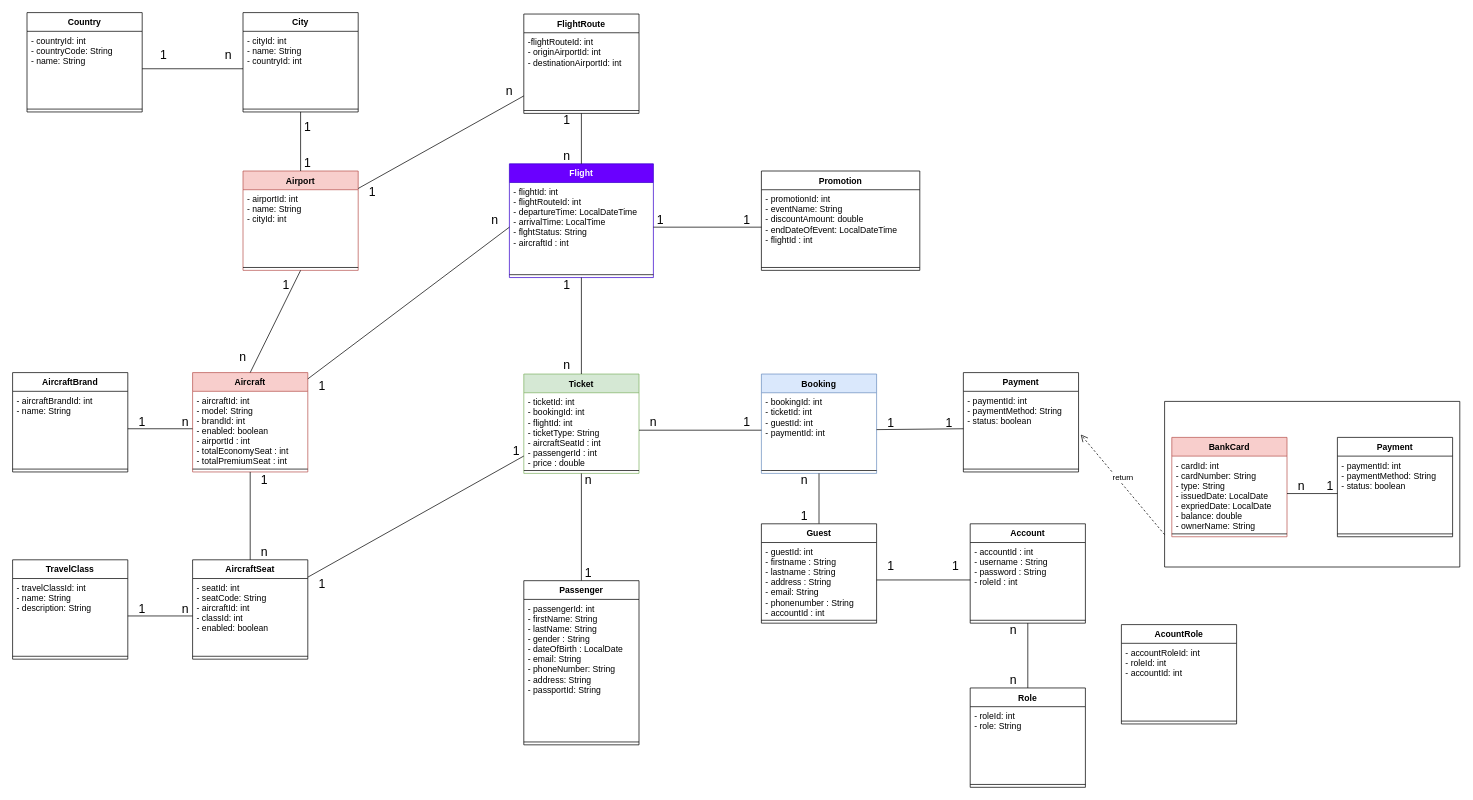
Before: page "Page-3" (3 of 4) of Design (1).drawio in Minh-Huy-FlightBooking/flightbookingsystem, a draw.io diagram. Source tidied: cells renumbered, new cells numbered last; positions are measured from the earlier drawing's top-left corner, leaving out a move shared by most shapes. Both pictures are drawn from the tidied source at 72%, with x=0, y=0 at pixel (12, 12).
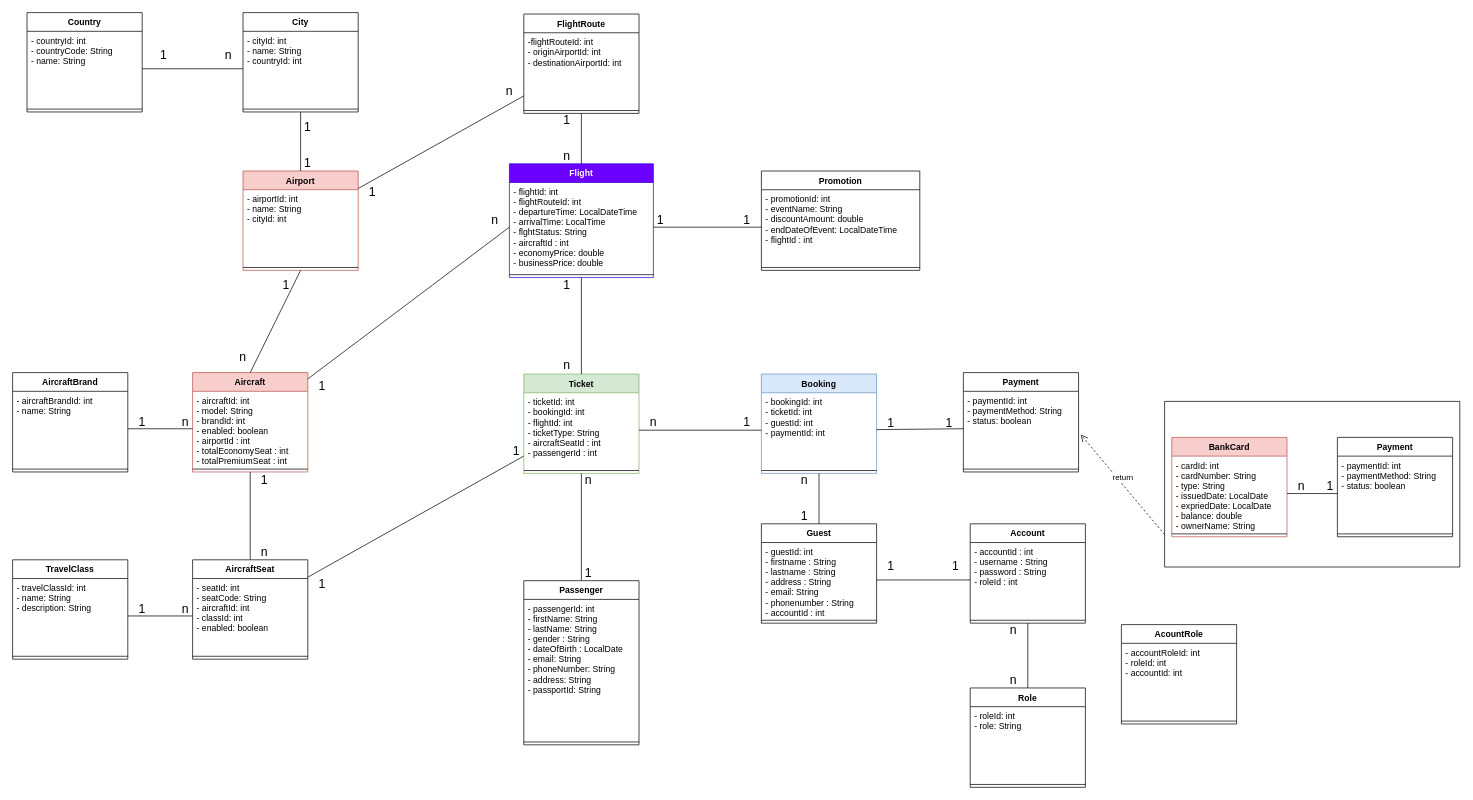
The same diagram, later.

The change refers to these unchanged cells:
```xml
<mxCell id="17" value="Ticket" style="swimlane;fontStyle=1;align=center;verticalAlign=top;horizontal=1;startSize=26;fillColor=#d5e8d4;strokeColor=#82b366;" parent="1" vertex="1">
  <mxGeometry x="710" y="502" width="160" height="138" as="geometry" />
</mxCell>
<mxCell id="29" value="Flight" style="swimlane;fontStyle=1;align=center;verticalAlign=top;horizontal=1;startSize=26;fillColor=#6a00ff;strokeColor=#3700CC;fontColor=#ffffff;" parent="1" vertex="1">
  <mxGeometry x="690" y="210" width="200" height="158" as="geometry" />
</mxCell>
```

Diff of the diagram source:
```diff
@@
-    <mxCell id="18" value="- ticketId: int&#10;- bookingId: int&#10;- flightId: int&#10;- ticketType: String&#10;- aircraftSeatId : int&#10;- passengerId : int&#10;- price : double" style="text;strokeColor=none;fillColor=none;align=left;verticalAlign=top;spacingLeft=4;spacingRight=4;overflow=hidden;points=[[0,0.5],[1,0.5]];portConstraint=eastwest;" parent="17" vertex="1">
+    <mxCell id="18" value="- ticketId: int&#10;- bookingId: int&#10;- flightId: int&#10;- ticketType: String&#10;- aircraftSeatId : int&#10;- passengerId : int&#10;" style="text;strokeColor=none;fillColor=none;align=left;verticalAlign=top;spacingLeft=4;spacingRight=4;overflow=hidden;points=[[0,0.5],[1,0.5]];portConstraint=eastwest;" parent="17" vertex="1">
       <mxGeometry y="26" width="160" height="104" as="geometry" />
     </mxCell>
@@
-    <mxCell id="30" value="- flightId: int&#10;- flightRouteId: int&#10;- departureTime: LocalDateTime&#10;- arrivalTime: LocalTime&#10;- flghtStatus: String&#10;- aircraftId : int&#10;" style="text;strokeColor=none;fillColor=none;align=left;verticalAlign=top;spacingLeft=4;spacingRight=4;overflow=hidden;points=[[0,0.5],[1,0.5]];portConstraint=eastwest;" parent="29" vertex="1">
+    <mxCell id="30" value="- flightId: int&#10;- flightRouteId: int&#10;- departureTime: LocalDateTime&#10;- arrivalTime: LocalTime&#10;- flghtStatus: String&#10;- aircraftId : int&#10;- economyPrice: double&#10;- businessPrice: double&#10;" style="text;strokeColor=none;fillColor=none;align=left;verticalAlign=top;spacingLeft=4;spacingRight=4;overflow=hidden;points=[[0,0.5],[1,0.5]];portConstraint=eastwest;" parent="29" vertex="1">
       <mxGeometry y="26" width="200" height="124" as="geometry" />
     </mxCell>
```
